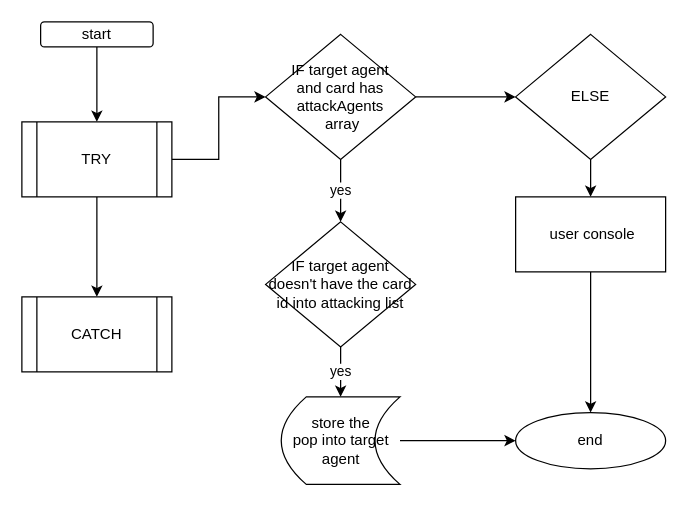
sivagit/diagrams keeps this draw.io diagram as npc/addAttackingAgentId.drawio. Above is the earlier version. Source tidied: cells renumbered, new cells numbered last; positions are measured from the earlier drawing's top-left corner, leaving out a move shared by most shapes. Both pictures are drawn from the tidied source at 125%, with x=0, y=0 at pixel (21, 21).
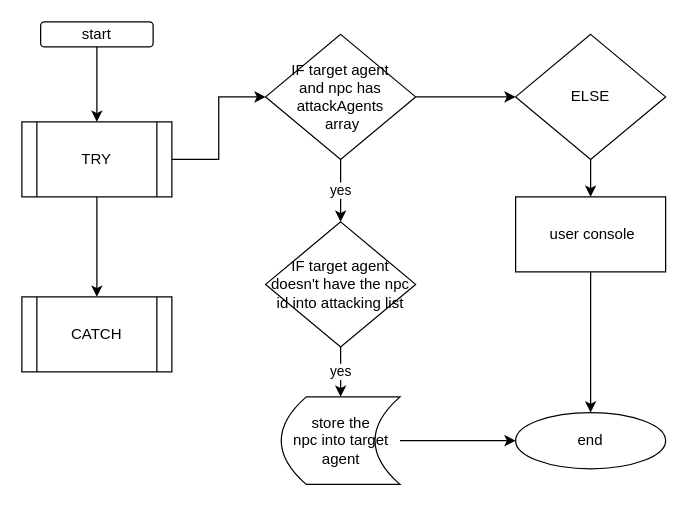
After the change.

The edit, as a diff of the source:
```diff
@@
 <mxGraphModel>
   <root>
     <mxCell id="0" />
     <mxCell id="1" parent="0" />
     <mxCell id="2" style="edgeStyle=orthogonalEdgeStyle;rounded=0;jettySize=auto;html=1;" parent="1" edge="1" source="3" target="6">
       <mxGeometry relative="1" as="geometry" />
     </mxCell>
     <mxCell id="3" value="start" style="rounded=1;whiteSpace=wrap;html=1;" parent="1" vertex="1">
       <mxGeometry x="15" width="90" height="20" as="geometry" />
     </mxCell>
     <mxCell id="4" style="edgeStyle=orthogonalEdgeStyle;rounded=0;jettySize=auto;html=1;" parent="1" edge="1" source="6" target="7">
       <mxGeometry relative="1" as="geometry" />
     </mxCell>
     <mxCell id="5" style="edgeStyle=orthogonalEdgeStyle;rounded=0;jettySize=auto;html=1;" parent="1" edge="1" source="6" target="10">
       <mxGeometry relative="1" as="geometry" />
     </mxCell>
     <mxCell id="6" value="TRY" style="shape=process;whiteSpace=wrap;html=1;backgroundOutline=1;" parent="1" vertex="1">
       <mxGeometry y="80" width="120" height="60" as="geometry" />
     </mxCell>
     <mxCell id="7" value="CATCH" style="shape=process;whiteSpace=wrap;html=1;backgroundOutline=1;" parent="1" vertex="1">
       <mxGeometry y="220" width="120" height="60" as="geometry" />
     </mxCell>
     <mxCell id="8" value="yes" style="edgeStyle=orthogonalEdgeStyle;rounded=0;jettySize=auto;html=1;" parent="1" edge="1" source="10" target="12">
       <mxGeometry relative="1" as="geometry" />
     </mxCell>
     <mxCell id="9" style="edgeStyle=orthogonalEdgeStyle;rounded=0;jettySize=auto;html=1;" parent="1" edge="1" source="10" target="16">
       <mxGeometry relative="1" as="geometry" />
     </mxCell>
-    <mxCell id="10" value="IF target agent &lt;br&gt;and card has attackAgents&lt;br&gt;&amp;nbsp;array" style="rhombus;whiteSpace=wrap;html=1;" parent="1" vertex="1">
+    <mxCell id="10" value="IF target agent &lt;br&gt;and npc has attackAgents&lt;br&gt;&amp;nbsp;array" style="rhombus;whiteSpace=wrap;html=1;" parent="1" vertex="1">
       <mxGeometry x="195" y="10" width="120" height="100" as="geometry" />
     </mxCell>
     <mxCell id="11" value="yes" style="edgeStyle=orthogonalEdgeStyle;rounded=0;jettySize=auto;html=1;" parent="1" edge="1" source="12" target="14">
       <mxGeometry relative="1" as="geometry" />
     </mxCell>
-    <mxCell id="12" value="IF target agent doesn't have the card id into attacking list" style="rhombus;whiteSpace=wrap;html=1;" parent="1" vertex="1">
+    <mxCell id="12" value="IF target agent doesn't have the npc id into attacking list" style="rhombus;whiteSpace=wrap;html=1;" parent="1" vertex="1">
       <mxGeometry x="195" y="160" width="120" height="100" as="geometry" />
     </mxCell>
     <mxCell id="13" style="edgeStyle=orthogonalEdgeStyle;rounded=0;jettySize=auto;html=1;" parent="1" edge="1" source="14" target="19">
       <mxGeometry relative="1" as="geometry" />
     </mxCell>
-    <mxCell id="14" value="store the &lt;br&gt;pop into target agent" style="shape=dataStorage;whiteSpace=wrap;html=1;fixedSize=1;" parent="1" vertex="1">
+    <mxCell id="14" value="store the &lt;br&gt;npc into target agent" style="shape=dataStorage;whiteSpace=wrap;html=1;fixedSize=1;" parent="1" vertex="1">
       <mxGeometry x="207.5" y="300" width="95" height="70" as="geometry" />
     </mxCell>
     <mxCell id="15" style="edgeStyle=orthogonalEdgeStyle;rounded=0;jettySize=auto;html=1;" parent="1" edge="1" source="16" target="18">
       <mxGeometry relative="1" as="geometry" />
     </mxCell>
     <mxCell id="16" value="ELSE" style="rhombus;whiteSpace=wrap;html=1;" parent="1" vertex="1">
       <mxGeometry x="395" y="10" width="120" height="100" as="geometry" />
     </mxCell>
     <mxCell id="17" style="edgeStyle=orthogonalEdgeStyle;rounded=0;jettySize=auto;html=1;" parent="1" edge="1" source="18" target="19">
       <mxGeometry relative="1" as="geometry" />
     </mxCell>
     <mxCell id="18" value="&lt;span style=&quot;white-space: pre&quot;&gt; &lt;/span&gt;user console" style="rounded=0;whiteSpace=wrap;html=1;" parent="1" vertex="1">
       <mxGeometry x="395" y="140" width="120" height="60" as="geometry" />
     </mxCell>
     <mxCell id="19" value="end" style="ellipse;whiteSpace=wrap;html=1;" parent="1" vertex="1">
       <mxGeometry x="395" y="312.5" width="120" height="45" as="geometry" />
     </mxCell>
   </root>
 </mxGraphModel>
```
